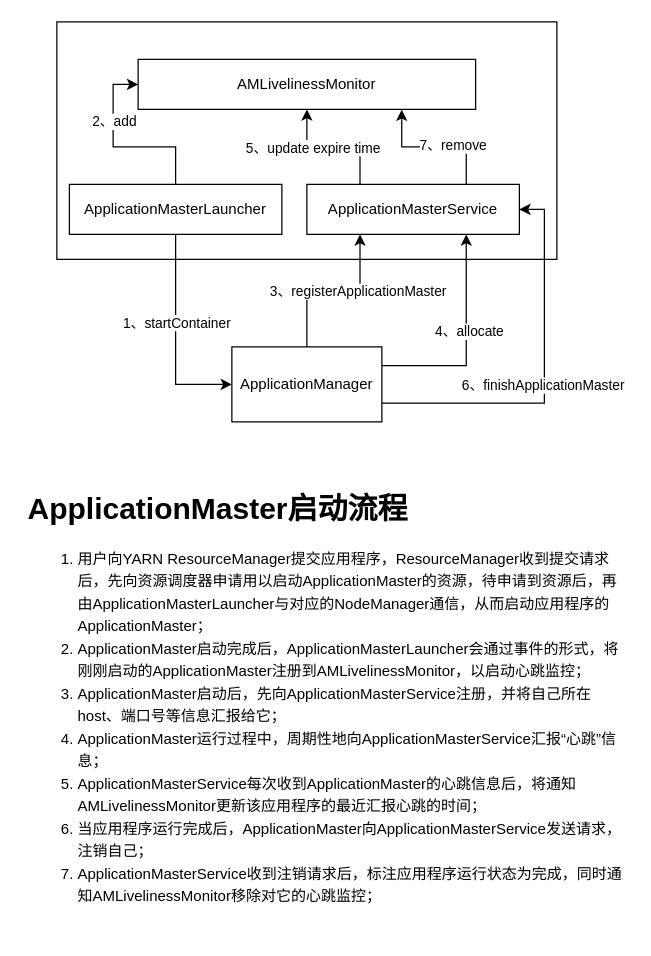
chenshuai1995/a-imgs keeps this draw.io diagram as Yarn/03_ApplicationMaster启动流程.drawio. Above is the earlier version. Source tidied: cells renumbered, new cells numbered last; positions are measured from the earlier drawing's top-left corner, leaving out a move shared by most shapes. Both pictures are drawn from the tidied source at 125%, with x=0, y=0 at pixel (21, 21).
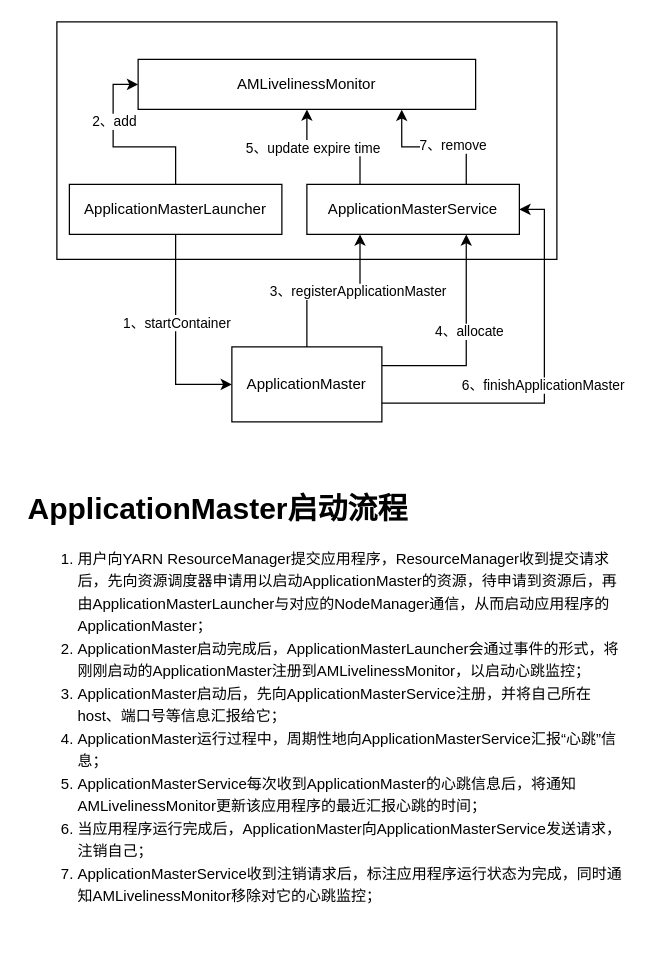
The same diagram, later.

Commit message:
更新03_ApplicationMaster启动流程.drawio

What changed in the source:
```diff
@@
-    <mxCell id="2" value="ApplicationManager" style="rounded=0;whiteSpace=wrap;html=1;" parent="1" vertex="1">
+    <mxCell id="2" value="ApplicationMaster" style="rounded=0;whiteSpace=wrap;html=1;" parent="1" vertex="1">
       <mxGeometry x="168" y="260" width="120" height="60" as="geometry" />
     </mxCell>
```
